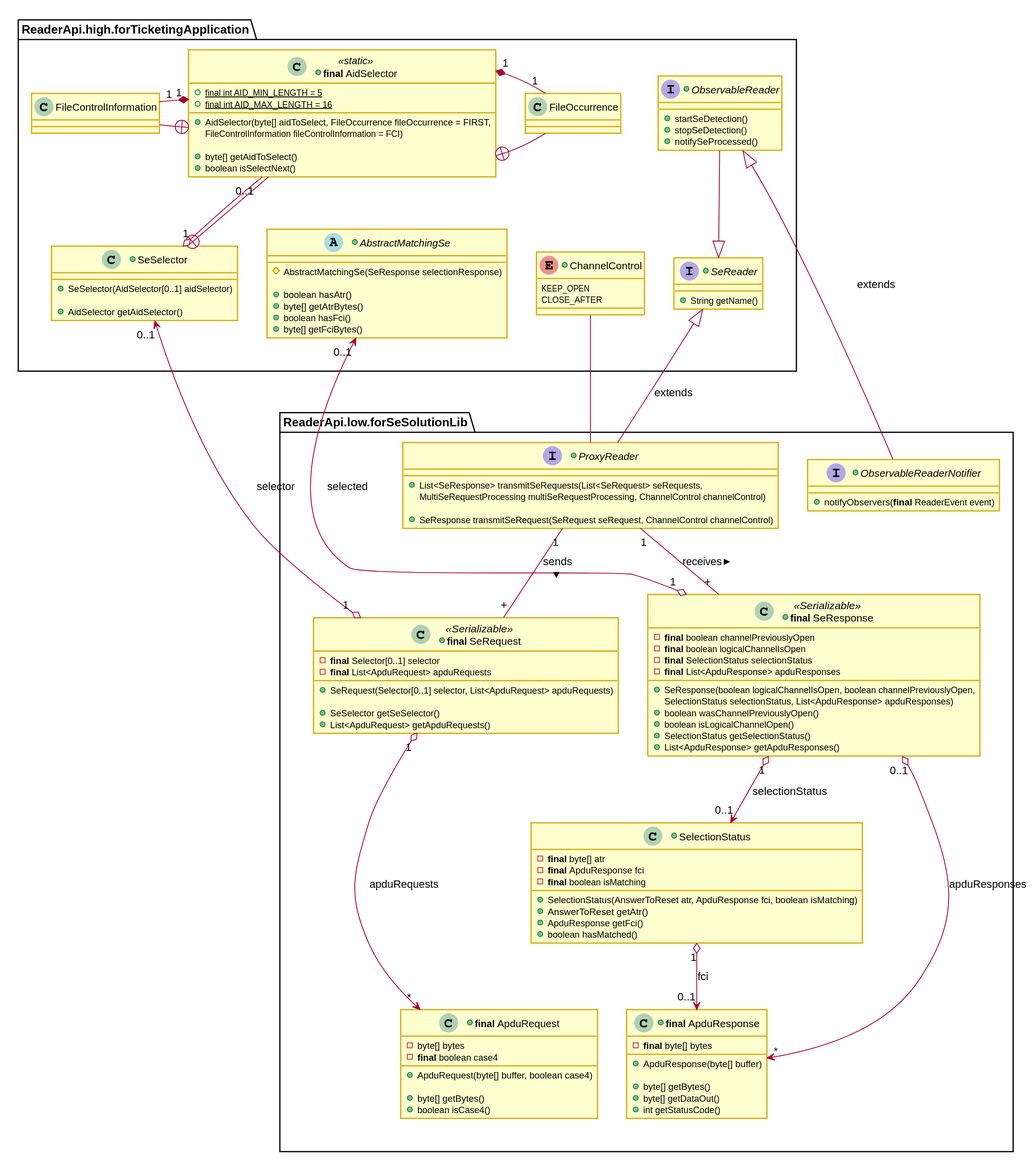
Before: docs/SecureElementTerminalApi/ReaderApi/img/SeReaderTerminal_ApduApi_ClassDiag_Transmission_ReaderMessage.svg, a diagram exported from PlantUML (calypsonet/keyple).
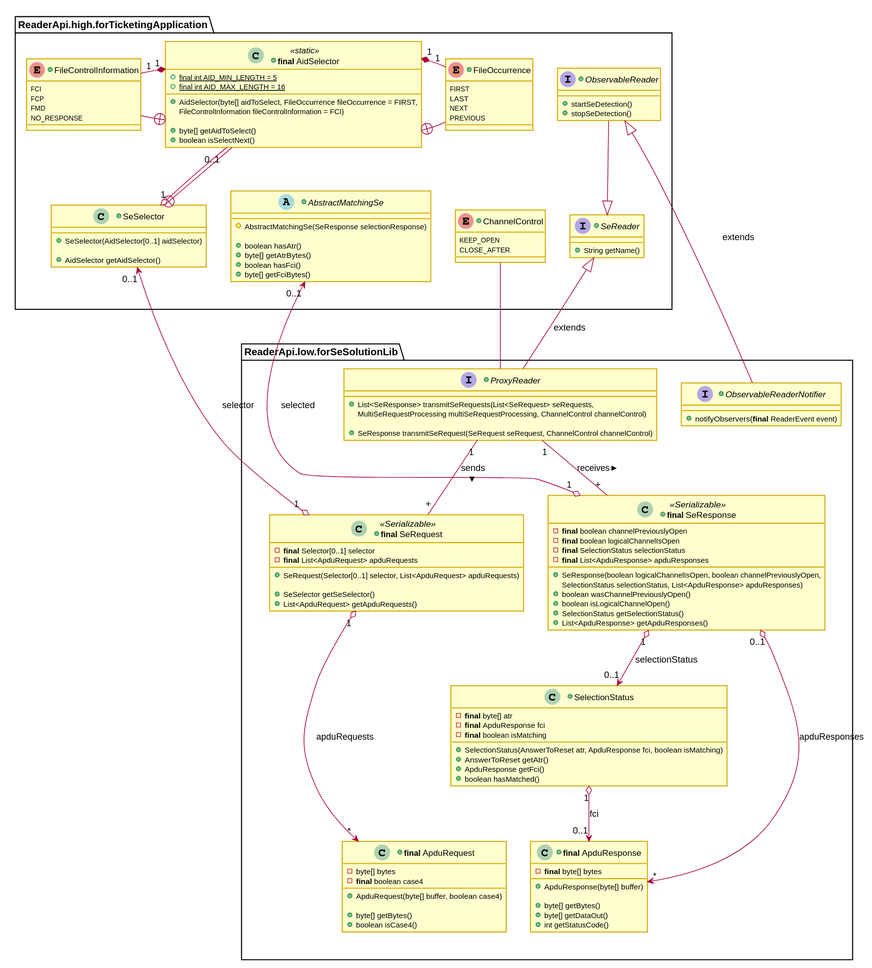
After the commit.

Change to the diagram source:
```diff
@@ -41,10 +41,22 @@
   +byte[] getAidToSelect()
   +boolean isSelectNext()
 }
++enum FileOccurrence {
+  FIRST
+  LAST
+  NEXT
+  PREVIOUS
+}
+
++enum FileControlInformation {
+  FCI
+  FCP
+  FMD
+  NO_RESPONSE
+}
 +interface ObservableReader {
   +startSeDetection()
   +stopSeDetection()
-  +notifySeProcessed()
 }
   hide AtrSelector
   together {
```
